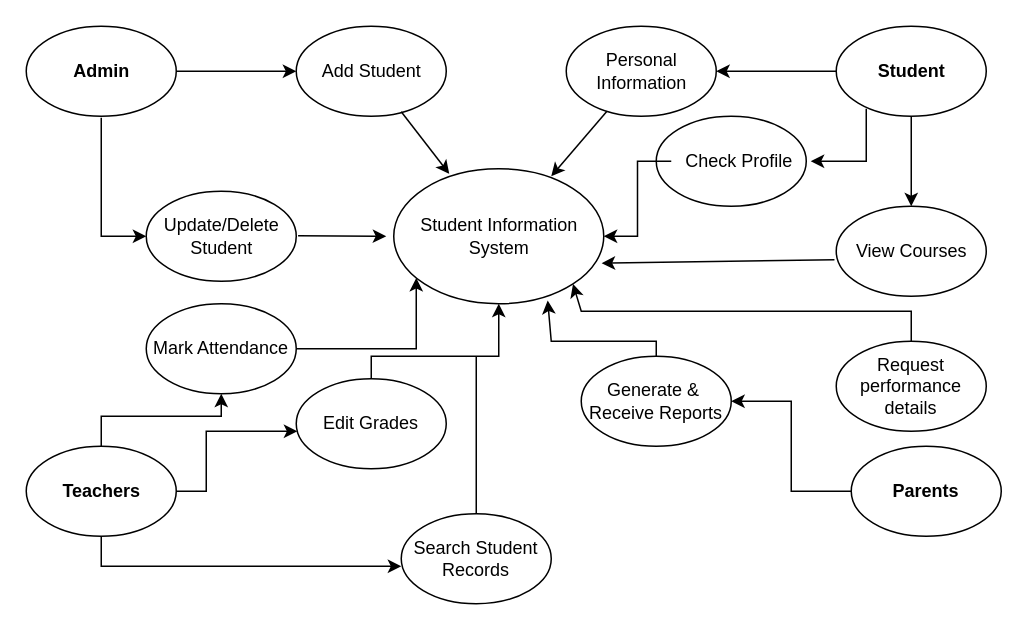
This is DFD-1.drawio from Ansh240206/Student-Information-System, a draw.io file, before an edit. Source tidied: cells renumbered, new cells numbered last; positions are measured from the earlier drawing's top-left corner, leaving out a move shared by most shapes. Both pictures are drawn from the tidied source at 150%, with x=0, y=0 at pixel (26, 26).
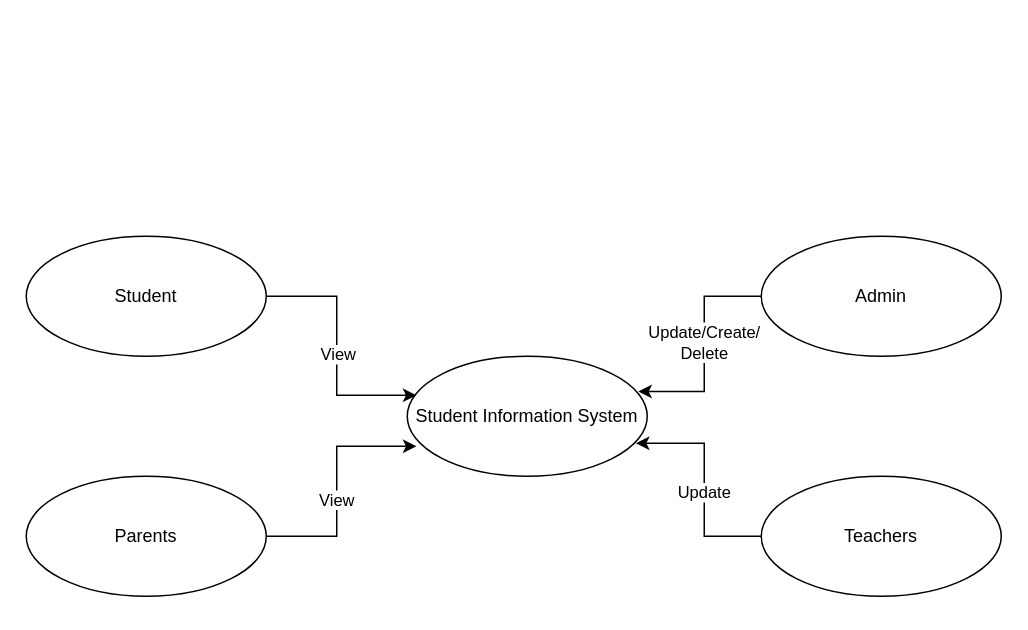
The same page after the edit.

The edit, as a diff of the source:
```diff
@@
-    <mxCell id="2" style="ellipse;whiteSpace=wrap;html=1;" parent="1" vertex="1">
-      <mxGeometry x="245" y="95" width="140" height="90" as="geometry" />
-    </mxCell>
-    <mxCell id="3" value="Student Information&lt;div&gt;System&lt;/div&gt;" style="text;html=1;align=center;verticalAlign=middle;points=[];strokeColor=none;fillColor=none;" parent="1" vertex="1">
-      <mxGeometry x="250" y="120" width="130" height="40" as="geometry" />
+    <mxCell id="3" value="Student Information System" style="ellipse;whiteSpace=wrap;html=1;" parent="1" vertex="1">
+      <mxGeometry x="254" y="220" width="160" height="80" as="geometry" />
     </mxCell>
-    <mxCell id="4" style="edgeStyle=orthogonalEdgeStyle;rounded=0;jettySize=auto;html=1;" parent="1" edge="1" source="5" target="7">
-      <mxGeometry relative="1" as="geometry" />
-    </mxCell>
-    <mxCell id="5" style="ellipse;whiteSpace=wrap;html=1;" parent="1" vertex="1">
-      <mxGeometry width="100" height="60" as="geometry" />
-    </mxCell>
+    <mxCell id="24" value="Teachers" style="ellipse;whiteSpace=wrap;html=1;" parent="1" vertex="1">
+      <mxGeometry x="490" y="300" width="160" height="80" as="geometry" />
+    </mxCell>
-    <mxCell id="6" value="&lt;b&gt;Admin&lt;/b&gt;" style="text;html=1;align=center;verticalAlign=middle;points=[];strokeColor=none;fillColor=none;" parent="1" vertex="1">
-      <mxGeometry x="20" y="15" width="60" height="30" as="geometry" />
+    <mxCell id="6" value="Admin" style="ellipse;whiteSpace=wrap;html=1;" parent="1" vertex="1">
+      <mxGeometry x="490" y="140" width="160" height="80" as="geometry" />
     </mxCell>
-    <mxCell id="7" style="ellipse;whiteSpace=wrap;html=1;" parent="1" vertex="1">
-      <mxGeometry x="180" width="100" height="60" as="geometry" />
-    </mxCell>
-    <mxCell id="8" value="Add Student" style="text;html=1;align=center;verticalAlign=middle;strokeColor=none;fillColor=none;" parent="1" vertex="1">
-      <mxGeometry x="185" y="15" width="90" height="30" as="geometry" />
-    </mxCell>
-    <mxCell id="9" style="endArrow=classic;html=1;rounded=0;entryX=0.264;entryY=0.016;entryDx=0;entryDy=0;entryPerimeter=0;" parent="1" edge="1">
-      <mxGeometry relative="1" as="geometry">
-        <mxPoint x="250" y="57" as="sourcePoint" />
-        <mxPoint x="282" y="98.4" as="targetPoint" />
-      </mxGeometry>
-    </mxCell>
-    <mxCell id="10" style="endArrow=classic;html=1;rounded=0;" parent="1" edge="1" target="12">
-      <mxGeometry relative="1" as="geometry">
-        <mxPoint x="50" y="61" as="sourcePoint" />
-        <Array as="points">
-          <mxPoint x="50" y="140" />
-          <mxPoint x="60" y="140" />
-        </Array>
-      </mxGeometry>
-    </mxCell>
-    <mxCell id="11" style="ellipse;whiteSpace=wrap;html=1;" parent="1" vertex="1">
-      <mxGeometry x="80" y="110" width="100" height="60" as="geometry" />
-    </mxCell>
-    <mxCell id="12" value="Update/Delete&lt;div&gt;Student&lt;/div&gt;" style="text;html=1;align=center;verticalAlign=middle;points=[];strokeColor=none;fillColor=none;" parent="1" vertex="1">
-      <mxGeometry x="80" y="120" width="100" height="40" as="geometry" />
-    </mxCell>
-    <mxCell id="13" style="endArrow=classic;html=1;rounded=0;exitX=1.012;exitY=0.49;exitDx=0;exitDy=0;exitPerimeter=0;" parent="1" edge="1" source="12">
-      <mxGeometry relative="1" as="geometry">
-        <mxPoint x="240" y="140" as="targetPoint" />
-      </mxGeometry>
-    </mxCell>
-    <mxCell id="14" style="edgeStyle=orthogonalEdgeStyle;rounded=0;jettySize=auto;html=1;" parent="1" edge="1" source="16" target="18">
-      <mxGeometry relative="1" as="geometry" />
-    </mxCell>
-    <mxCell id="15" style="edgeStyle=orthogonalEdgeStyle;rounded=0;jettySize=auto;html=1;" parent="1" edge="1" source="16" target="30">
-      <mxGeometry relative="1" as="geometry" />
-    </mxCell>
-    <mxCell id="16" style="ellipse;whiteSpace=wrap;html=1;" parent="1" vertex="1">
-      <mxGeometry x="540" width="100" height="60" as="geometry" />
-    </mxCell>
+    <mxCell id="40" value="Parents" style="ellipse;whiteSpace=wrap;html=1;" parent="1" vertex="1">
+      <mxGeometry y="300" width="160" height="80" as="geometry" />
+    </mxCell>
-    <mxCell id="17" value="&lt;b&gt;Student&lt;/b&gt;" style="text;html=1;align=center;verticalAlign=middle;points=[];strokeColor=none;fillColor=none;" parent="1" vertex="1">
-      <mxGeometry x="555" y="15" width="70" height="30" as="geometry" />
+    <mxCell id="17" value="Student" style="ellipse;whiteSpace=wrap;html=1;" parent="1" vertex="1">
+      <mxGeometry y="140" width="160" height="80" as="geometry" />
     </mxCell>
-    <mxCell id="18" style="ellipse;whiteSpace=wrap;html=1;" parent="1" vertex="1">
-      <mxGeometry x="360" width="100" height="60" as="geometry" />
-    </mxCell>
-    <mxCell id="19" value="Personal&lt;div&gt;Information&lt;/div&gt;" style="text;html=1;align=center;verticalAlign=middle;strokeColor=none;fillColor=none;" parent="1" vertex="1">
-      <mxGeometry x="370" y="10" width="80" height="40" as="geometry" />
-    </mxCell>
-    <mxCell id="20" style="endArrow=classic;html=1;rounded=0;" parent="1" edge="1" source="18">
-      <mxGeometry relative="1" as="geometry">
-        <mxPoint x="350" y="100" as="targetPoint" />
-      </mxGeometry>
-    </mxCell>
-    <mxCell id="21" style="edgeStyle=orthogonalEdgeStyle;rounded=0;jettySize=auto;html=1;" parent="1" edge="1" source="23" target="26">
-      <mxGeometry relative="1" as="geometry">
-        <Array as="points">
-          <mxPoint x="50" y="260" />
-          <mxPoint x="130" y="260" />
-        </Array>
-      </mxGeometry>
-    </mxCell>
-    <mxCell id="22" style="edgeStyle=orthogonalEdgeStyle;rounded=0;jettySize=auto;html=1;" parent="1" edge="1" source="23" target="35">
-      <mxGeometry relative="1" as="geometry">
-        <Array as="points">
-          <mxPoint x="120" y="310" />
-          <mxPoint x="120" y="270" />
-        </Array>
-      </mxGeometry>
-    </mxCell>
-    <mxCell id="23" style="ellipse;whiteSpace=wrap;html=1;" parent="1" vertex="1">
-      <mxGeometry y="280" width="100" height="60" as="geometry" />
-    </mxCell>
-    <mxCell id="24" value="&lt;b&gt;Teachers&lt;/b&gt;" style="text;html=1;align=center;verticalAlign=middle;points=[];strokeColor=none;fillColor=none;" parent="1" vertex="1">
-      <mxGeometry x="10" y="295" width="80" height="30" as="geometry" />
-    </mxCell>
-    <mxCell id="25" style="edgeStyle=orthogonalEdgeStyle;rounded=0;jettySize=auto;html=1;" parent="1" edge="1" source="26" target="2">
-      <mxGeometry relative="1" as="geometry">
-        <Array as="points">
-          <mxPoint x="260" y="215" />
-        </Array>
-      </mxGeometry>
-    </mxCell>
-    <mxCell id="26" value="Mark Attendance" style="ellipse;whiteSpace=wrap;html=1;" parent="1" vertex="1">
-      <mxGeometry x="80" y="185" width="100" height="60" as="geometry" />
-    </mxCell>
-    <mxCell id="27" style="ellipse;whiteSpace=wrap;html=1;" parent="1" vertex="1">
-      <mxGeometry x="420" y="60" width="100" height="60" as="geometry" />
-    </mxCell>
-    <mxCell id="28" style="edgeStyle=orthogonalEdgeStyle;rounded=0;jettySize=auto;html=1;entryX=1;entryY=0.5;entryDx=0;entryDy=0;" parent="1" edge="1" source="29" target="2">
-      <mxGeometry relative="1" as="geometry" />
-    </mxCell>
-    <mxCell id="29" value="Check Profile" style="text;html=1;align=center;verticalAlign=middle;points=[];strokeColor=none;fillColor=none;" parent="1" vertex="1">
-      <mxGeometry x="430" y="75" width="90" height="30" as="geometry" />
-    </mxCell>
-    <mxCell id="30" style="ellipse;whiteSpace=wrap;html=1;" parent="1" vertex="1">
-      <mxGeometry x="540" y="120" width="100" height="60" as="geometry" />
-    </mxCell>
-    <mxCell id="31" value="View Courses" style="text;html=1;align=center;verticalAlign=middle;points=[];strokeColor=none;fillColor=none;" parent="1" vertex="1">
-      <mxGeometry x="540" y="135" width="100" height="30" as="geometry" />
-    </mxCell>
-    <mxCell id="32" style="endArrow=classic;html=1;rounded=0;exitX=-0.012;exitY=0.687;exitDx=0;exitDy=0;exitPerimeter=0;entryX=0.99;entryY=0.7;entryDx=0;entryDy=0;entryPerimeter=0;" parent="1" edge="1" source="31" target="2">
-      <mxGeometry relative="1" as="geometry" />
-    </mxCell>
-    <mxCell id="33" style="endArrow=classic;html=1;rounded=0;" parent="1" edge="1">
-      <mxGeometry relative="1" as="geometry">
-        <mxPoint x="560" y="55" as="sourcePoint" />
-        <mxPoint x="523" y="90" as="targetPoint" />
-        <Array as="points">
-          <mxPoint x="560" y="90" />
-        </Array>
-      </mxGeometry>
-    </mxCell>
-    <mxCell id="34" style="edgeStyle=orthogonalEdgeStyle;rounded=0;jettySize=auto;html=1;entryX=0.5;entryY=1;entryDx=0;entryDy=0;" parent="1" edge="1" source="35" target="2">
-      <mxGeometry relative="1" as="geometry">
-        <Array as="points">
-          <mxPoint x="230" y="220" />
-          <mxPoint x="315" y="220" />
-        </Array>
-      </mxGeometry>
-    </mxCell>
-    <mxCell id="35" value="Edit Grades" style="ellipse;whiteSpace=wrap;html=1;" parent="1" vertex="1">
-      <mxGeometry x="180" y="235" width="100" height="60" as="geometry" />
-    </mxCell>
-    <mxCell id="36" style="endArrow=classic;html=1;rounded=0;exitX=0.5;exitY=1;exitDx=0;exitDy=0;" parent="1" edge="1" source="23">
-      <mxGeometry relative="1" as="geometry">
-        <mxPoint x="250" y="360" as="targetPoint" />
-        <Array as="points">
-          <mxPoint x="50" y="360" />
-        </Array>
-      </mxGeometry>
-    </mxCell>
-    <mxCell id="37" value="Search Student&lt;div&gt;Records&lt;/div&gt;" style="ellipse;whiteSpace=wrap;html=1;" parent="1" vertex="1">
-      <mxGeometry x="250" y="325" width="100" height="60" as="geometry" />
-    </mxCell>
-    <mxCell id="38" style="endArrow=none;html=1;rounded=0;" parent="1" edge="1">
-      <mxGeometry relative="1" as="geometry">
-        <mxPoint x="300" y="325" as="sourcePoint" />
-        <mxPoint x="300" y="220" as="targetPoint" />
-      </mxGeometry>
-    </mxCell>
-    <mxCell id="39" style="edgeStyle=orthogonalEdgeStyle;rounded=0;jettySize=auto;html=1;" parent="1" edge="1" source="40" target="41">
-      <mxGeometry relative="1" as="geometry" />
-    </mxCell>
-    <mxCell id="40" value="&lt;b&gt;Parents&lt;/b&gt;" style="ellipse;whiteSpace=wrap;html=1;" parent="1" vertex="1">
-      <mxGeometry x="550" y="280" width="100" height="60" as="geometry" />
-    </mxCell>
-    <mxCell id="41" value="Generate &amp;amp;&amp;nbsp;&lt;div&gt;Receive Reports&lt;/div&gt;" style="ellipse;whiteSpace=wrap;html=1;" parent="1" vertex="1">
-      <mxGeometry x="370" y="220" width="100" height="60" as="geometry" />
-    </mxCell>
-    <mxCell id="42" style="endArrow=classic;html=1;rounded=0;entryX=0.733;entryY=0.976;entryDx=0;entryDy=0;entryPerimeter=0;" parent="1" edge="1" target="2">
-      <mxGeometry relative="1" as="geometry">
-        <mxPoint x="420" y="220" as="sourcePoint" />
-        <Array as="points">
-          <mxPoint x="420" y="210" />
-          <mxPoint x="350" y="210" />
-        </Array>
-      </mxGeometry>
-    </mxCell>
-    <mxCell id="43" value="Request performance details" style="ellipse;whiteSpace=wrap;html=1;" parent="1" vertex="1">
-      <mxGeometry x="540" y="210" width="100" height="60" as="geometry" />
-    </mxCell>
-    <mxCell id="44" style="endArrow=classic;html=1;rounded=0;entryX=1;entryY=1;entryDx=0;entryDy=0;" parent="1" edge="1" target="2">
-      <mxGeometry relative="1" as="geometry">
-        <mxPoint x="590" y="210" as="sourcePoint" />
-        <Array as="points">
-          <mxPoint x="590" y="190" />
-          <mxPoint x="370" y="190" />
-        </Array>
-      </mxGeometry>
-    </mxCell>
+    <mxCell id="45" style="edgeStyle=orthogonalEdgeStyle;rounded=0;jettySize=auto;html=1;entryX=0.038;entryY=0.75;entryDx=0;entryDy=0;entryPerimeter=0;" parent="1" edge="1" source="40" target="3">
+      <mxGeometry relative="1" as="geometry" />
+    </mxCell>
+    <mxCell id="46" value="View" style="edgeLabel;html=1;align=center;verticalAlign=middle;" parent="45" vertex="1">
+      <mxGeometry x="-0.1" y="1" relative="1" as="geometry" />
+    </mxCell>
+    <mxCell id="47" style="edgeStyle=orthogonalEdgeStyle;rounded=0;jettySize=auto;html=1;entryX=0.038;entryY=0.325;entryDx=0;entryDy=0;entryPerimeter=0;" parent="1" edge="1" source="17" target="3">
+      <mxGeometry relative="1" as="geometry" />
+    </mxCell>
+    <mxCell id="48" value="View" style="edgeLabel;html=1;align=center;verticalAlign=middle;" parent="47" vertex="1">
+      <mxGeometry x="0.02" relative="1" as="geometry" />
+    </mxCell>
+    <mxCell id="49" style="edgeStyle=orthogonalEdgeStyle;rounded=0;jettySize=auto;html=1;entryX=0.963;entryY=0.294;entryDx=0;entryDy=0;entryPerimeter=0;" parent="1" edge="1" source="6" target="3">
+      <mxGeometry relative="1" as="geometry" />
+    </mxCell>
+    <mxCell id="50" value="&lt;div&gt;Update/Create/&lt;/div&gt;&lt;div&gt;Delete&lt;/div&gt;" style="edgeLabel;html=1;align=center;verticalAlign=middle;" parent="49" vertex="1">
+      <mxGeometry x="-0.42" y="-1" relative="1" as="geometry">
+        <mxPoint y="26" as="offset" />
+      </mxGeometry>
+    </mxCell>
+    <mxCell id="51" style="edgeStyle=orthogonalEdgeStyle;rounded=0;jettySize=auto;html=1;entryX=0.953;entryY=0.725;entryDx=0;entryDy=0;entryPerimeter=0;" parent="1" edge="1" source="24" target="3">
+      <mxGeometry relative="1" as="geometry" />
+    </mxCell>
+    <mxCell id="52" value="&lt;div&gt;Update&lt;/div&gt;" style="edgeLabel;html=1;align=center;verticalAlign=middle;" parent="51" vertex="1">
+      <mxGeometry x="-0.48" y="1" relative="1" as="geometry">
+        <mxPoint y="-30" as="offset" />
+      </mxGeometry>
+    </mxCell>
```
